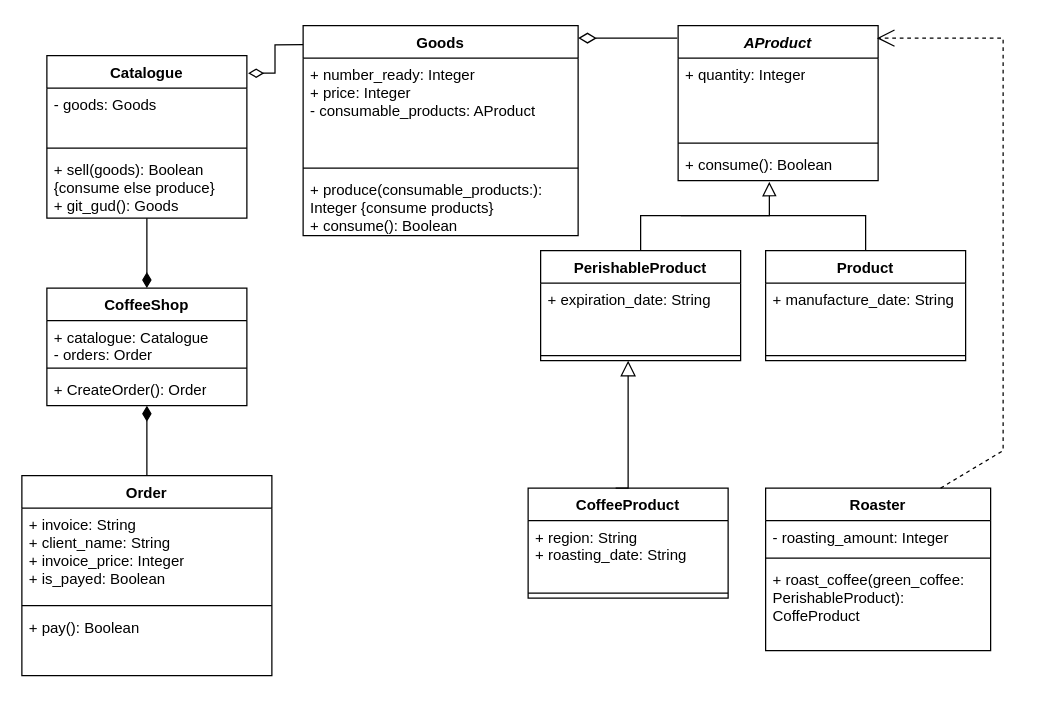
This is lab1/cd.drawio from R3plicant/ooap_lab1, a draw.io file, before an edit. Source tidied: cells renumbered, new cells numbered last; positions are measured from the earlier drawing's top-left corner, leaving out a move shared by most shapes. Both pictures are drawn from the tidied source at 125%, with x=0, y=0 at pixel (21, 25).
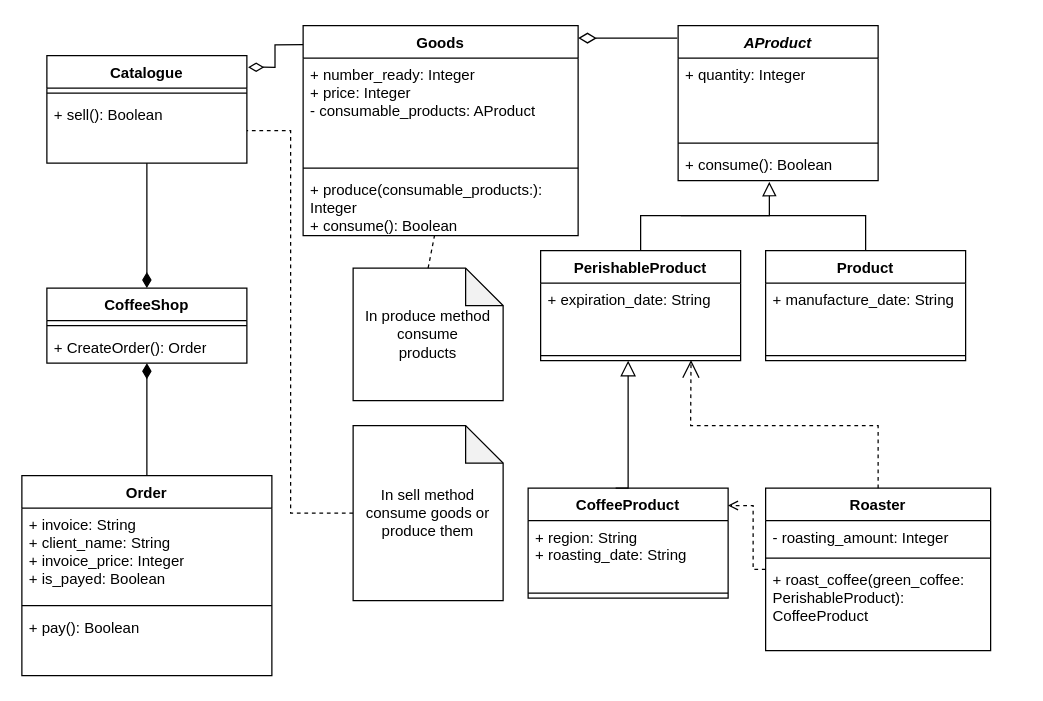
Above is the later version.

Commit message (it also covers changes not shown here):
code and diagrams now matches

Unchanged cells that the change refers to:
```xml
<mxCell id="6" value="CoffeeProduct" style="swimlane;fontStyle=1;align=center;verticalAlign=top;horizontal=1;startSize=26;whiteSpace=wrap;html=1;" parent="1" vertex="1">
  <mxGeometry x="405" y="370" width="160" height="88" as="geometry" />
</mxCell>
<mxCell id="17" value="Goods" style="swimlane;fontStyle=1;align=center;verticalAlign=top;horizontal=1;startSize=26;whiteSpace=wrap;html=1;" parent="1" vertex="1">
  <mxGeometry x="225" width="220" height="168" as="geometry" />
</mxCell>
<mxCell id="23" style="line;strokeWidth=1;fillColor=none;align=left;verticalAlign=middle;spacingTop=-1;spacingLeft=3;spacingRight=3;labelPosition=right;points=[];portConstraint=eastwest;strokeColor=inherit;" parent="21" vertex="1">
  <mxGeometry y="80" width="160" height="8" as="geometry" />
</mxCell>
<mxCell id="32" value="Roaster" style="swimlane;fontStyle=1;align=center;verticalAlign=top;horizontal=1;startSize=26;whiteSpace=wrap;html=1;" parent="1" vertex="1">
  <mxGeometry x="595" y="370" width="180" height="130" as="geometry" />
</mxCell>
```

The edit, as a diff of the source:
```diff
@@
     <mxCell id="9" value="Catalogue" style="swimlane;fontStyle=1;align=center;verticalAlign=top;horizontal=1;startSize=26;whiteSpace=wrap;html=1;" parent="1" vertex="1">
-      <mxGeometry x="20" y="24" width="160" height="130" as="geometry" />
+      <mxGeometry x="20" y="24" width="160" height="86" as="geometry" />
     </mxCell>
-    <mxCell id="10" value="- goods: Goods" style="text;strokeColor=none;fillColor=none;align=left;verticalAlign=top;spacingLeft=4;spacingRight=4;overflow=hidden;whiteSpace=wrap;html=1;" parent="9" vertex="1">
-      <mxGeometry y="26" width="160" height="44" as="geometry" />
-    </mxCell>
     <mxCell id="11" style="line;strokeWidth=1;fillColor=none;align=left;verticalAlign=middle;spacingTop=-1;spacingLeft=3;spacingRight=3;labelPosition=right;strokeColor=inherit;" parent="9" vertex="1">
-      <mxGeometry y="70" width="160" height="8" as="geometry" />
+      <mxGeometry y="26" width="160" height="8" as="geometry" />
     </mxCell>
-    <mxCell id="12" value="+ sell(goods): Boolean {consume else produce}&lt;br&gt;+ git_gud(): Goods" style="text;strokeColor=none;fillColor=none;align=left;verticalAlign=top;spacingLeft=4;spacingRight=4;overflow=hidden;points=[[0,0.5],[1,0.5]];portConstraint=eastwest;whiteSpace=wrap;html=1;" parent="9" vertex="1">
-      <mxGeometry y="78" width="160" height="52" as="geometry" />
+    <mxCell id="12" value="+ sell(): Boolean" style="text;strokeColor=none;fillColor=none;align=left;verticalAlign=top;spacingLeft=4;spacingRight=4;overflow=hidden;points=[[0,0.5],[1,0.5]];portConstraint=eastwest;whiteSpace=wrap;html=1;" parent="9" vertex="1">
+      <mxGeometry y="34" width="160" height="52" as="geometry" />
     </mxCell>
@@
-    <mxCell id="20" value="+ produce(consumable_products:): Integer {consume products}&lt;br&gt;+ consume(): Boolean" style="text;strokeColor=none;fillColor=none;align=left;verticalAlign=top;spacingLeft=4;spacingRight=4;overflow=hidden;points=[[0,0.5],[1,0.5]];portConstraint=eastwest;whiteSpace=wrap;html=1;" parent="17" vertex="1">
+    <mxCell id="20" value="+ produce(consumable_products:): Integer&lt;br&gt;+ consume(): Boolean" style="text;strokeColor=none;fillColor=none;align=left;verticalAlign=top;spacingLeft=4;spacingRight=4;overflow=hidden;points=[[0,0.5],[1,0.5]];portConstraint=eastwest;whiteSpace=wrap;html=1;" parent="17" vertex="1">
       <mxGeometry y="118" width="220" height="50" as="geometry" />
     </mxCell>
@@
-    <mxCell id="35" value="+ roast_coffee(green_coffee: PerishableProduct): CoffeProduct" style="text;strokeColor=none;fillColor=none;align=left;verticalAlign=top;spacingLeft=4;spacingRight=4;overflow=hidden;whiteSpace=wrap;html=1;" parent="32" vertex="1">
+    <mxCell id="35" value="+ roast_coffee(green_coffee: PerishableProduct): CoffeeProduct" style="text;strokeColor=none;fillColor=none;align=left;verticalAlign=top;spacingLeft=4;spacingRight=4;overflow=hidden;whiteSpace=wrap;html=1;" parent="32" vertex="1">
       <mxGeometry y="60" width="180" height="70" as="geometry" />
     </mxCell>
@@
-    <mxCell id="38" style="endArrow=open;endSize=12;dashed=1;html=1;rounded=0;" parent="1" edge="1">
+    <mxCell id="38" style="endArrow=open;endSize=12;dashed=1;html=1;rounded=0;entryX=0.752;entryY=0.944;entryDx=0;entryDy=0;entryPerimeter=0;exitX=0.5;exitY=0;exitDx=0;exitDy=0;" parent="1" edge="1" source="32" target="23">
       <mxGeometry x="0.06" y="-28" relative="1" as="geometry">
-        <mxPoint x="735" y="370" as="sourcePoint" />
-        <mxPoint x="684" y="10" as="targetPoint" />
         <Array as="points">
-          <mxPoint x="785" y="340" />
-          <mxPoint x="785" y="210" />
-          <mxPoint x="785" y="10" />
+          <mxPoint x="685" y="320" />
+          <mxPoint x="535" y="320" />
         </Array>
         <mxPoint x="-1" as="offset" />
       </mxGeometry>
     </mxCell>
     <mxCell id="39" value="CoffeeShop" style="swimlane;fontStyle=1;align=center;verticalAlign=top;horizontal=1;startSize=26;whiteSpace=wrap;html=1;" parent="1" vertex="1">
-      <mxGeometry x="20" y="210" width="160" height="94" as="geometry" />
+      <mxGeometry x="20" y="210" width="160" height="60" as="geometry" />
     </mxCell>
-    <mxCell id="40" value="+ catalogue: Catalogue&lt;br&gt;- orders: Order" style="text;strokeColor=none;fillColor=none;align=left;verticalAlign=top;spacingLeft=4;spacingRight=4;overflow=hidden;whiteSpace=wrap;html=1;" parent="39" vertex="1">
-      <mxGeometry y="26" width="160" height="34" as="geometry" />
-    </mxCell>
     <mxCell id="41" style="line;strokeWidth=1;fillColor=none;align=left;verticalAlign=middle;spacingTop=-1;spacingLeft=3;spacingRight=3;labelPosition=right;strokeColor=inherit;" parent="39" vertex="1">
-      <mxGeometry y="60" width="160" height="8" as="geometry" />
+      <mxGeometry y="26" width="160" height="8" as="geometry" />
     </mxCell>
     <mxCell id="42" value="+ CreateOrder(): Order" style="text;strokeColor=none;fillColor=none;align=left;verticalAlign=top;spacingLeft=4;spacingRight=4;overflow=hidden;points=[[0,0.5],[1,0.5]];portConstraint=eastwest;whiteSpace=wrap;html=1;" parent="39" vertex="1">
-      <mxGeometry y="68" width="160" height="26" as="geometry" />
+      <mxGeometry y="34" width="160" height="26" as="geometry" />
     </mxCell>
+    <mxCell id="43" value="In produce method consume&lt;br&gt;products" style="shape=note;whiteSpace=wrap;html=1;backgroundOutline=1;darkOpacity=0.05;" parent="1" vertex="1">
+      <mxGeometry x="265" y="194" width="120" height="106" as="geometry" />
+    </mxCell>
+    <mxCell id="44" style="endArrow=none;dashed=1;html=1;rounded=0;exitX=0.5;exitY=0;exitDx=0;exitDy=0;exitPerimeter=0;" parent="1" edge="1" source="43" target="20">
+      <mxGeometry relative="1" as="geometry" />
+    </mxCell>
+    <mxCell id="45" style="edgeStyle=orthogonalEdgeStyle;rounded=0;jettySize=auto;html=1;entryX=0.999;entryY=0.158;entryDx=0;entryDy=0;entryPerimeter=0;endArrow=open;endFill=0;dashed=1;" parent="1" edge="1" source="32" target="6">
+      <mxGeometry relative="1" as="geometry">
+        <Array as="points">
+          <mxPoint x="585" y="435" />
+          <mxPoint x="585" y="384" />
+        </Array>
+      </mxGeometry>
+    </mxCell>
+    <mxCell id="46" style="edgeStyle=orthogonalEdgeStyle;rounded=0;jettySize=auto;html=1;entryX=1;entryY=0.5;entryDx=0;entryDy=0;dashed=1;endArrow=none;endFill=0;" parent="1" edge="1" source="47" target="12">
+      <mxGeometry relative="1" as="geometry">
+        <Array as="points">
+          <mxPoint x="215" y="390" />
+          <mxPoint x="215" y="84" />
+        </Array>
+      </mxGeometry>
+    </mxCell>
+    <mxCell id="47" value="In sell method consume goods or produce them" style="shape=note;whiteSpace=wrap;html=1;backgroundOutline=1;darkOpacity=0.05;" parent="1" vertex="1">
+      <mxGeometry x="265" y="320" width="120" height="140" as="geometry" />
+    </mxCell>
```
